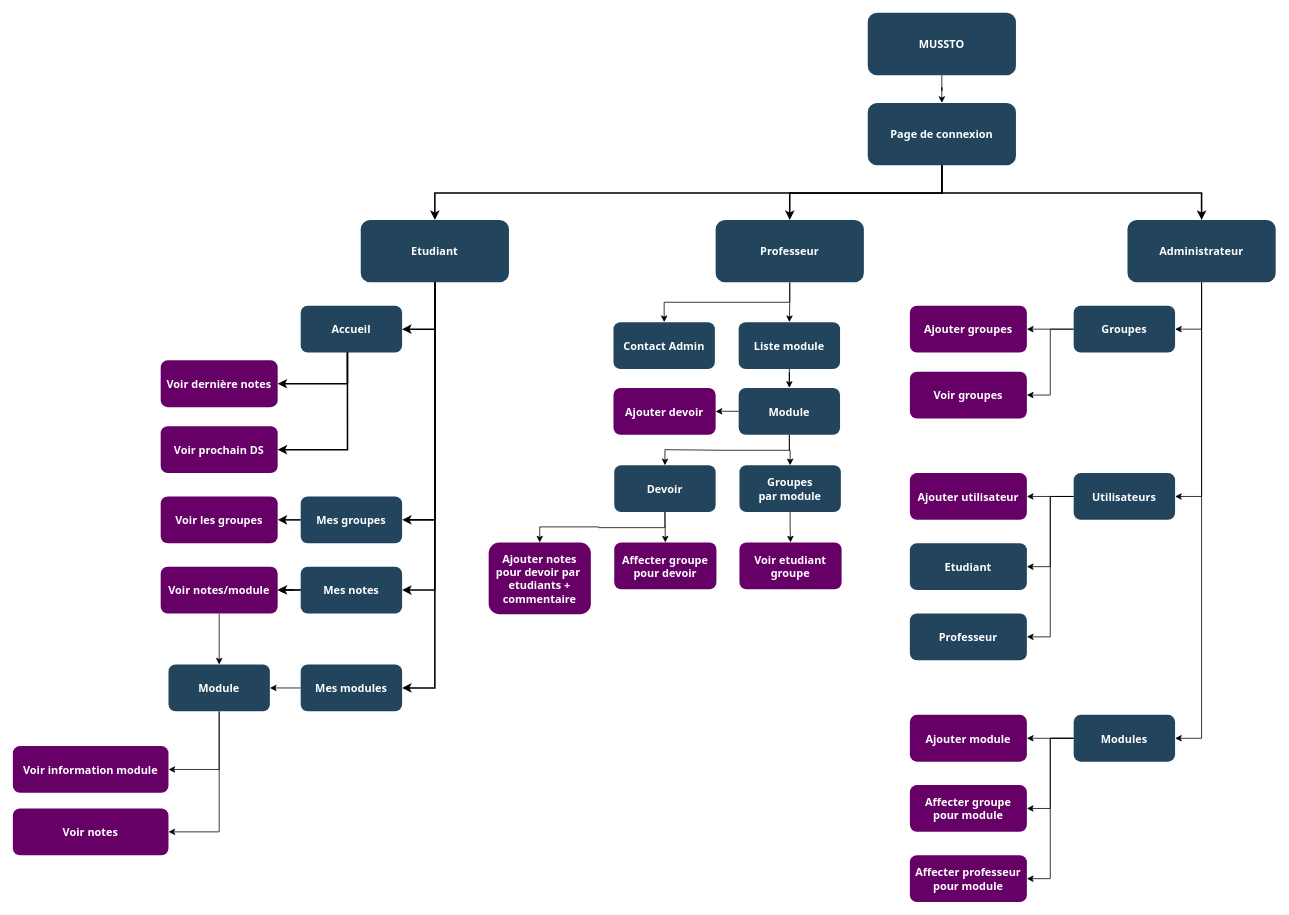
Earlier version of the draw.io diagram gestion projet/Plan_du_site.drawio (SkyalphaBe/Mussto). Source tidied: cells renumbered, new cells numbered last; positions are measured from the earlier drawing's top-left corner, leaving out a move shared by most shapes. Both pictures are drawn from the tidied source at 78%, with x=0, y=0 at pixel (12, 12).
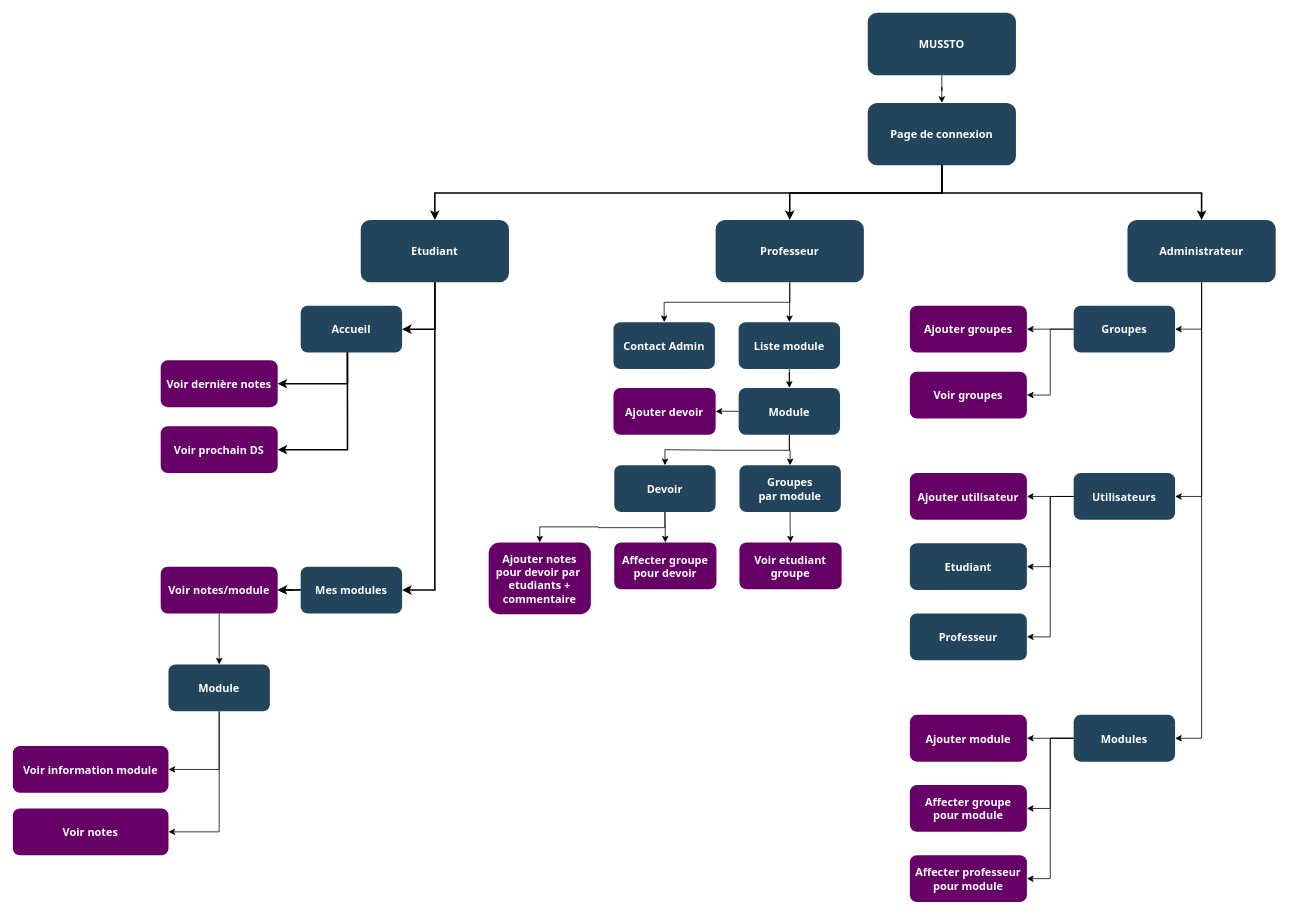
The same diagram, later.

Unchanged cells that the change refers to:
```xml
<mxCell id="11" value="Etudiant" style="rounded=1;fillColor=#23445D;gradientColor=none;strokeColor=none;fontColor=#FFFFFF;fontStyle=1;fontFamily=Tahoma;fontSize=14;" parent="1" vertex="1">
  <mxGeometry x="446" y="265.5" width="190" height="80" as="geometry" />
</mxCell>
<mxCell id="37" value="Module" style="rounded=1;fillColor=#23445D;gradientColor=none;strokeColor=none;fontColor=#FFFFFF;fontStyle=1;fontFamily=Tahoma;fontSize=14;" parent="1" vertex="1">
  <mxGeometry x="199.5" y="835.5" width="130" height="60" as="geometry" />
</mxCell>
```

Change to the diagram source:
```diff
@@
-    <mxCell id="14" value="Mes notes" style="rounded=1;fillColor=#23445D;gradientColor=none;strokeColor=none;fontColor=#FFFFFF;fontStyle=1;fontFamily=Tahoma;fontSize=14;" parent="1" vertex="1">
+    <mxCell id="14" value="Mes modules" style="rounded=1;fillColor=#23445D;gradientColor=none;strokeColor=none;fontColor=#FFFFFF;fontStyle=1;fontFamily=Tahoma;fontSize=14;" parent="1" vertex="1">
       <mxGeometry x="369" y="710" width="130" height="60" as="geometry" />
     </mxCell>
-    <mxCell id="15" value="Mes groupes" style="rounded=1;fillColor=#23445D;gradientColor=none;strokeColor=none;fontColor=#FFFFFF;fontStyle=1;fontFamily=Tahoma;fontSize=14;" parent="1" vertex="1">
-      <mxGeometry x="369" y="620" width="130" height="60" as="geometry" />
-    </mxCell>
@@
-    <mxCell id="20" style="edgeStyle=elbowEdgeStyle;elbow=horizontal;strokeWidth=2;rounded=0;" parent="1" edge="1" source="11" target="15">
-      <mxGeometry x="336" y="125.5" as="geometry">
-        <Array as="points">
-          <mxPoint x="541" y="455.5" />
-        </Array>
-      </mxGeometry>
-    </mxCell>
@@
-    <mxCell id="27" value="Voir les groupes" style="rounded=1;fillColor=#660066;gradientColor=none;strokeColor=none;fontColor=#FFFFFF;fontStyle=1;fontFamily=Tahoma;fontSize=14;" parent="1" vertex="1">
-      <mxGeometry x="189.5" y="620" width="150" height="60" as="geometry" />
-    </mxCell>
-    <mxCell id="28" style="edgeStyle=elbowEdgeStyle;elbow=horizontal;strokeWidth=2;rounded=0;exitX=0;exitY=0.5;exitDx=0;exitDy=0;entryX=1;entryY=0.5;entryDx=0;entryDy=0;" parent="1" edge="1" source="15" target="27">
-      <mxGeometry x="241" y="306.3" as="geometry" />
-    </mxCell>
@@
-    <mxCell id="30" style="edgeStyle=orthogonalEdgeStyle;rounded=0;jettySize=auto;html=1;exitX=0;exitY=0.5;exitDx=0;exitDy=0;entryX=1;entryY=0.5;entryDx=0;entryDy=0;" parent="1" edge="1" source="31" target="37">
-      <mxGeometry relative="1" as="geometry" />
-    </mxCell>
-    <mxCell id="31" value="Mes modules" style="rounded=1;fillColor=#23445D;gradientColor=none;strokeColor=none;fontColor=#FFFFFF;fontStyle=1;fontFamily=Tahoma;fontSize=14;" parent="1" vertex="1">
-      <mxGeometry x="369" y="835.5" width="130" height="60" as="geometry" />
-    </mxCell>
-    <mxCell id="32" style="edgeStyle=elbowEdgeStyle;elbow=horizontal;strokeWidth=2;rounded=0;" parent="1" edge="1" target="31">
-      <mxGeometry x="336" y="125.5" as="geometry">
-        <mxPoint x="541" y="345.5" as="sourcePoint" />
-        <Array as="points">
-          <mxPoint x="541" y="405.5" />
-        </Array>
-      </mxGeometry>
-    </mxCell>
```
